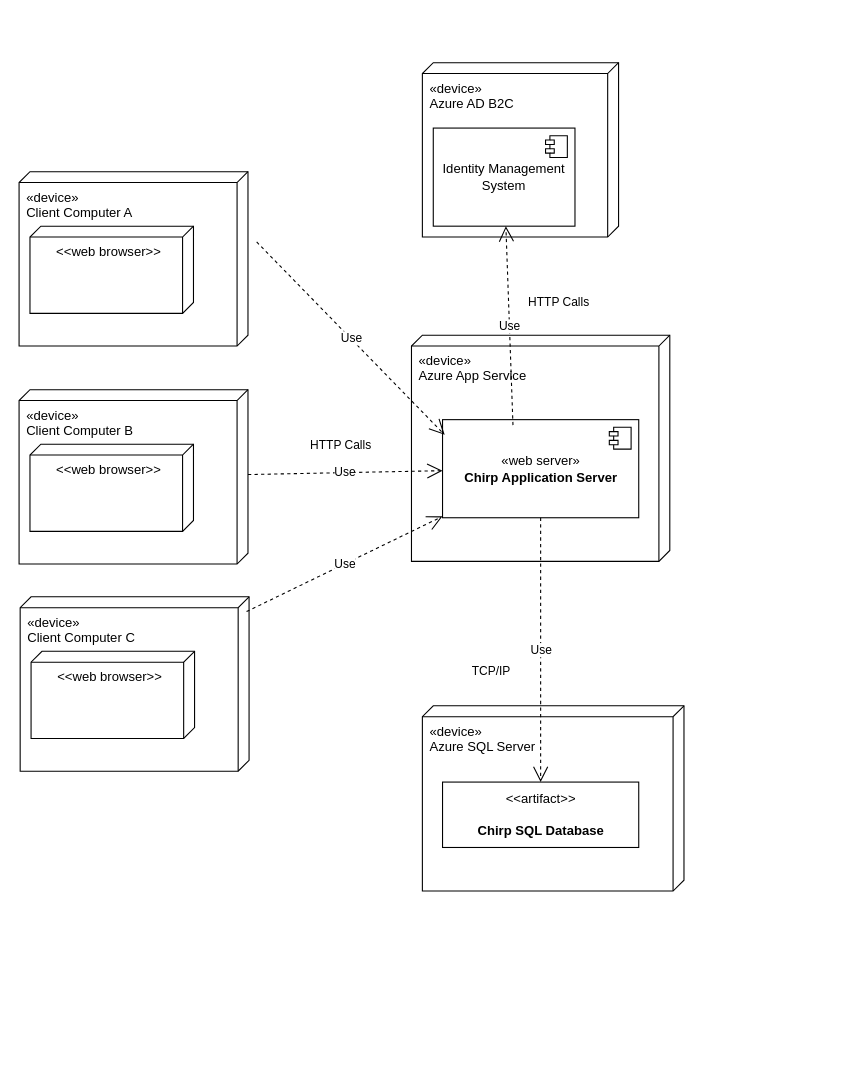
Before: docs/diagrams/ArchitectureDeploy.drawio in ITU-BDSA23-GROUP21/Chirp, a draw.io diagram. Source tidied: cells renumbered, new cells numbered last; positions are measured from the earlier drawing's top-left corner, leaving out a move shared by most shapes. Both pictures are drawn from the tidied source at 109%, with x=0, y=0 at pixel (19, 62).
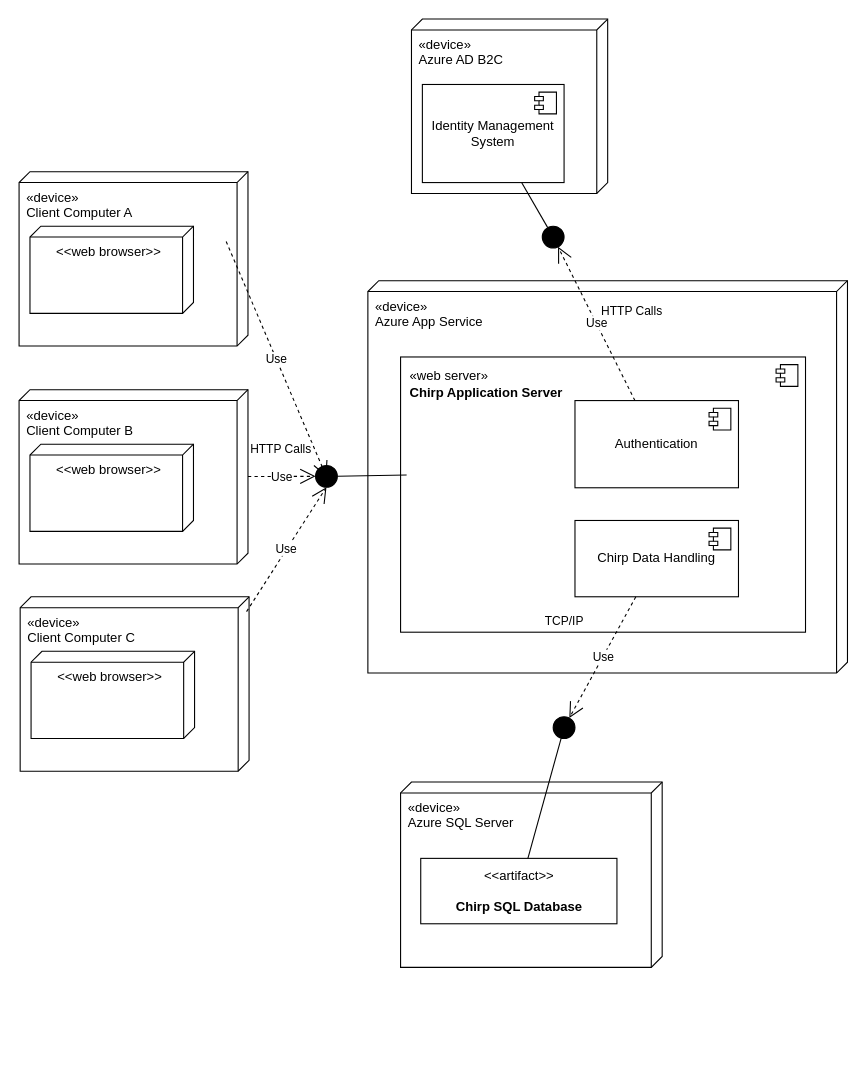
The same page after the edit.

Commit message:
update deployment diagram

The change refers to these unchanged cells:
```xml
<mxCell id="2" value="«device»&lt;br&gt;Client Computer A" style="verticalAlign=top;align=left;shape=cube;size=10;direction=south;fontStyle=0;html=1;boundedLbl=1;spacingLeft=5;whiteSpace=wrap;" parent="1" vertex="1">
  <mxGeometry y="100" width="210" height="160" as="geometry" />
</mxCell>
<mxCell id="10" value="Identity Management System" style="html=1;whiteSpace=wrap;" parent="8" vertex="1">
  <mxGeometry x="10" y="60" width="130" height="90" as="geometry" />
</mxCell>
<mxCell id="14" value="&amp;lt;&amp;lt;artifact&amp;gt;&amp;gt;&lt;br&gt;&lt;br&gt;&lt;b&gt;Chirp SQL Database&lt;/b&gt;" style="html=1;align=center;verticalAlign=middle;dashed=0;whiteSpace=wrap;" parent="12" vertex="1">
  <mxGeometry x="18.5" y="70" width="180" height="60" as="geometry" />
</mxCell>
<mxCell id="15" value="«device»&lt;br&gt;Client Computer B" style="verticalAlign=top;align=left;shape=cube;size=10;direction=south;fontStyle=0;html=1;boundedLbl=1;spacingLeft=5;whiteSpace=wrap;" parent="1" vertex="1">
  <mxGeometry y="300" width="210" height="160" as="geometry" />
</mxCell>
<mxCell id="17" value="«device»&lt;br&gt;Client Computer C" style="verticalAlign=top;align=left;shape=cube;size=10;direction=south;fontStyle=0;html=1;boundedLbl=1;spacingLeft=5;whiteSpace=wrap;" parent="1" vertex="1">
  <mxGeometry x="1" y="490" width="210" height="160" as="geometry" />
</mxCell>
```

What changed in the source:
```diff
@@
     <mxCell id="4" style="group;" parent="1" vertex="1">
-      <mxGeometry x="360" y="250" width="237" height="207.5" as="geometry" />
+      <mxGeometry x="320" y="200" width="440" height="360" as="geometry" />
     </mxCell>
     <mxCell id="5" value="«device»&lt;br&gt;Azure App Service" style="verticalAlign=top;align=left;shape=cube;size=10;direction=south;fontStyle=0;html=1;boundedLbl=1;spacingLeft=5;whiteSpace=wrap;" parent="4" vertex="1">
-      <mxGeometry width="237" height="207.5" as="geometry" />
+      <mxGeometry width="440" height="360" as="geometry" />
     </mxCell>
-    <mxCell id="6" value="«web server»&lt;br&gt;&lt;b&gt;Chirp Application Server&lt;/b&gt;" style="html=1;whiteSpace=wrap;" parent="4" vertex="1">
-      <mxGeometry x="28.5" y="77.5" width="180" height="90" as="geometry" />
+    <mxCell id="6" value="&amp;nbsp; «web server»&lt;br&gt;&lt;b&gt;&amp;nbsp; Chirp Application Server&lt;br&gt;&lt;br&gt;&lt;br&gt;&lt;br&gt;&lt;br&gt;&lt;br&gt;&lt;br&gt;&lt;br&gt;&lt;br&gt;&lt;br&gt;&lt;br&gt;&lt;br&gt;&lt;br&gt;&lt;br&gt;&lt;br&gt;&lt;/b&gt;" style="html=1;whiteSpace=wrap;align=left;" parent="4" vertex="1">
+      <mxGeometry x="30" y="70" width="371.5" height="252.5" as="geometry" />
     </mxCell>
@@
+    <mxCell id="27" value="Authentication" style="html=1;whiteSpace=wrap;" parent="4" vertex="1">
+      <mxGeometry x="190" y="110" width="150" height="80" as="geometry" />
+    </mxCell>
+    <mxCell id="28" style="shape=module;jettyWidth=8;jettyHeight=4;" parent="27" vertex="1">
+      <mxGeometry x="1" width="20" height="20" relative="1" as="geometry">
+        <mxPoint x="-27" y="7" as="offset" />
+      </mxGeometry>
+    </mxCell>
+    <mxCell id="29" value="Chirp Data Handling" style="html=1;whiteSpace=wrap;" parent="4" vertex="1">
+      <mxGeometry x="190" y="220" width="150" height="70" as="geometry" />
+    </mxCell>
+    <mxCell id="30" style="shape=module;jettyWidth=8;jettyHeight=4;" parent="29" vertex="1">
+      <mxGeometry x="1" width="20" height="20" relative="1" as="geometry">
+        <mxPoint x="-27" y="7" as="offset" />
+      </mxGeometry>
+    </mxCell>
     <mxCell id="8" style="group;" parent="1" vertex="1">
-      <mxGeometry x="370" width="180" height="160" as="geometry" />
+      <mxGeometry x="360" y="-40" width="180" height="160" as="geometry" />
     </mxCell>
@@
     <mxCell id="12" style="group;" parent="1" vertex="1">
-      <mxGeometry x="370" y="590" width="240" height="250" as="geometry" />
+      <mxGeometry x="350" y="660" width="240" height="250" as="geometry" />
     </mxCell>
@@
-    <mxCell id="19" value="Use" style="endArrow=open;endSize=12;dashed=1;html=1;rounded=0;exitX=0.403;exitY=-0.038;exitDx=0;exitDy=0;exitPerimeter=0;entryX=0.011;entryY=0.155;entryDx=0;entryDy=0;entryPerimeter=0;" parent="1" edge="1" source="2" target="6">
-      <mxGeometry relative="1" as="geometry" />
+    <mxCell id="19" value="Use" style="endArrow=open;endSize=12;dashed=1;html=1;rounded=0;exitX=0.403;exitY=-0.038;exitDx=0;exitDy=0;exitPerimeter=0;" parent="1" edge="1">
+      <mxGeometry relative="1" as="geometry">
+        <mxPoint x="190" y="164" as="sourcePoint" />
+        <mxPoint x="282" y="380" as="targetPoint" />
+      </mxGeometry>
     </mxCell>
-    <mxCell id="20" value="Use" style="endArrow=open;endSize=12;dashed=1;html=1;rounded=0;exitX=0.085;exitY=0.011;exitDx=0;exitDy=0;exitPerimeter=0;" parent="1" edge="1" source="17" target="6">
+    <mxCell id="20" value="Use" style="endArrow=open;endSize=12;dashed=1;html=1;rounded=0;exitX=0.085;exitY=0.011;exitDx=0;exitDy=0;exitPerimeter=0;entryX=0.5;entryY=1;entryDx=0;entryDy=0;" parent="1" edge="1" source="17" target="31">
       <mxGeometry relative="1" as="geometry" />
     </mxCell>
-    <mxCell id="21" value="Use" style="endArrow=open;endSize=12;dashed=1;html=1;rounded=0;" parent="1" edge="1" source="15" target="6">
+    <mxCell id="21" value="Use" style="endArrow=open;endSize=12;dashed=1;html=1;rounded=0;" parent="1" edge="1" source="15" target="31">
       <mxGeometry relative="1" as="geometry" />
     </mxCell>
     <mxCell id="22" value="HTTP Calls" style="edgeLabel;html=1;align=center;verticalAlign=middle;" parent="21" vertex="1">
       <mxGeometry x="0.41" y="2" relative="1" as="geometry">
-        <mxPoint x="-41" y="-23" as="offset" />
+        <mxPoint x="-14" y="-23" as="offset" />
       </mxGeometry>
     </mxCell>
-    <mxCell id="23" value="Use" style="endArrow=open;endSize=12;dashed=1;html=1;rounded=0;exitX=0.359;exitY=0.056;exitDx=0;exitDy=0;exitPerimeter=0;" parent="1" edge="1" source="6" target="10">
+    <mxCell id="23" value="Use" style="endArrow=open;endSize=12;dashed=1;html=1;rounded=0;" parent="1" edge="1" source="27" target="34">
       <mxGeometry relative="1" as="geometry" />
     </mxCell>
@@
-    <mxCell id="25" value="Use" style="endArrow=open;endSize=12;dashed=1;html=1;rounded=0;" parent="1" edge="1" source="6" target="14">
+    <mxCell id="25" value="Use" style="endArrow=open;endSize=12;dashed=1;html=1;rounded=0;" parent="1" edge="1" source="29" target="33">
       <mxGeometry relative="1" as="geometry" />
     </mxCell>
     <mxCell id="26" value="TCP/IP" style="edgeLabel;html=1;align=center;verticalAlign=middle;" parent="25" vertex="1">
       <mxGeometry x="0.41" y="2" relative="1" as="geometry">
-        <mxPoint x="-48" y="-31" as="offset" />
+        <mxPoint x="-25" y="-57" as="offset" />
       </mxGeometry>
     </mxCell>
+    <mxCell id="31" style="ellipse;fillColor=strokeColor;html=1;" parent="1" vertex="1">
+      <mxGeometry x="272" y="369.5" width="20" height="20" as="geometry" />
+    </mxCell>
+    <mxCell id="32" style="endArrow=none;html=1;rounded=0;exitX=1;exitY=0.5;exitDx=0;exitDy=0;entryX=0.015;entryY=0.429;entryDx=0;entryDy=0;entryPerimeter=0;" parent="1" edge="1" source="31" target="6">
+      <mxGeometry relative="1" as="geometry" />
+    </mxCell>
+    <mxCell id="33" style="ellipse;fillColor=strokeColor;html=1;" parent="1" vertex="1">
+      <mxGeometry x="490" y="600" width="20" height="20" as="geometry" />
+    </mxCell>
+    <mxCell id="34" style="ellipse;fillColor=strokeColor;html=1;" parent="1" vertex="1">
+      <mxGeometry x="480" y="150" width="20" height="20" as="geometry" />
+    </mxCell>
+    <mxCell id="35" style="endArrow=none;html=1;rounded=0;" parent="1" edge="1" source="14" target="33">
+      <mxGeometry relative="1" as="geometry" />
+    </mxCell>
+    <mxCell id="36" style="endArrow=none;html=1;rounded=0;" parent="1" edge="1" source="10" target="34">
+      <mxGeometry relative="1" as="geometry" />
+    </mxCell>
```
